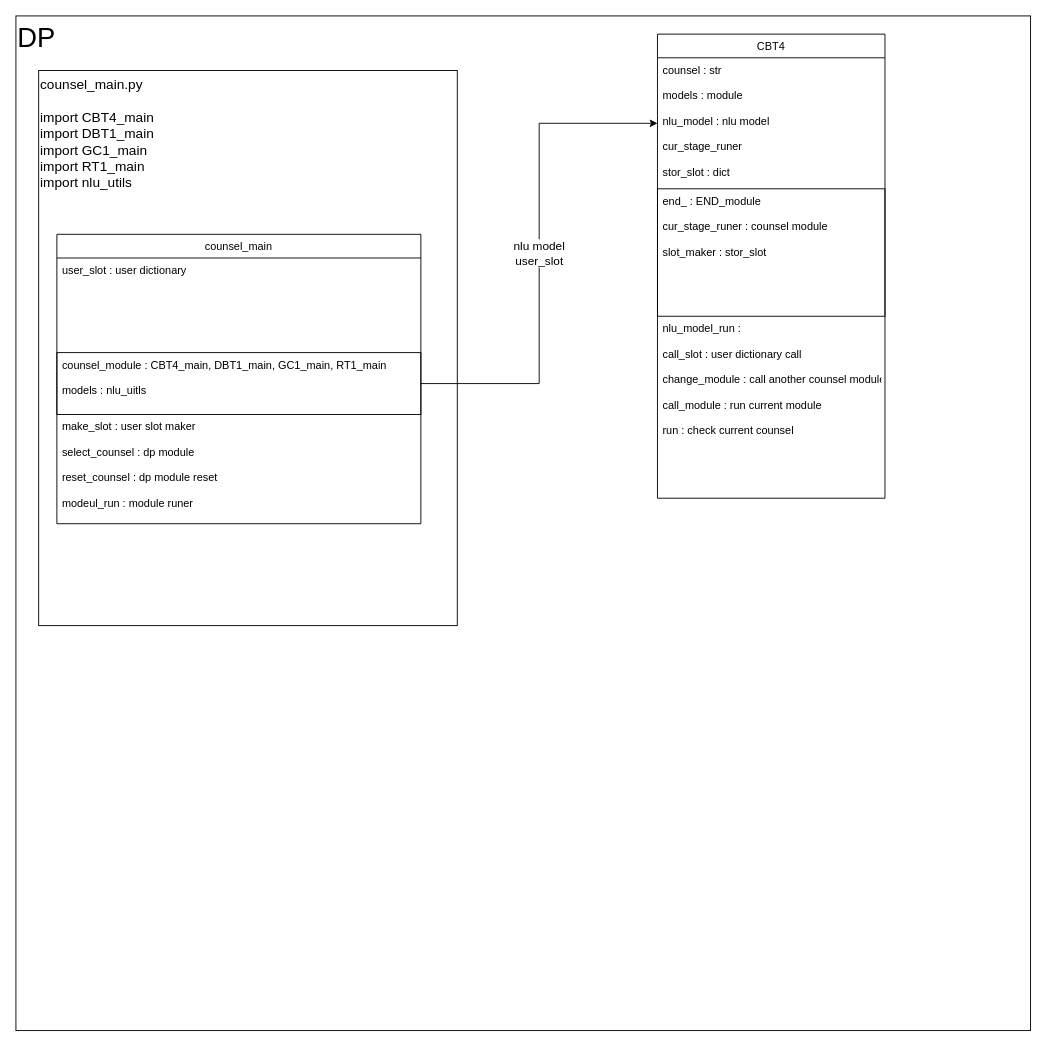
Earlier version of the draw.io diagram Untitled Diagram.drawio (qkwmvh321/transformer). Source tidied: cells renumbered, new cells numbered last; positions are measured from the earlier drawing's top-left corner, leaving out a move shared by most shapes. Both pictures are drawn from the tidied source at 91%, with x=0, y=0 at pixel (15, 15).
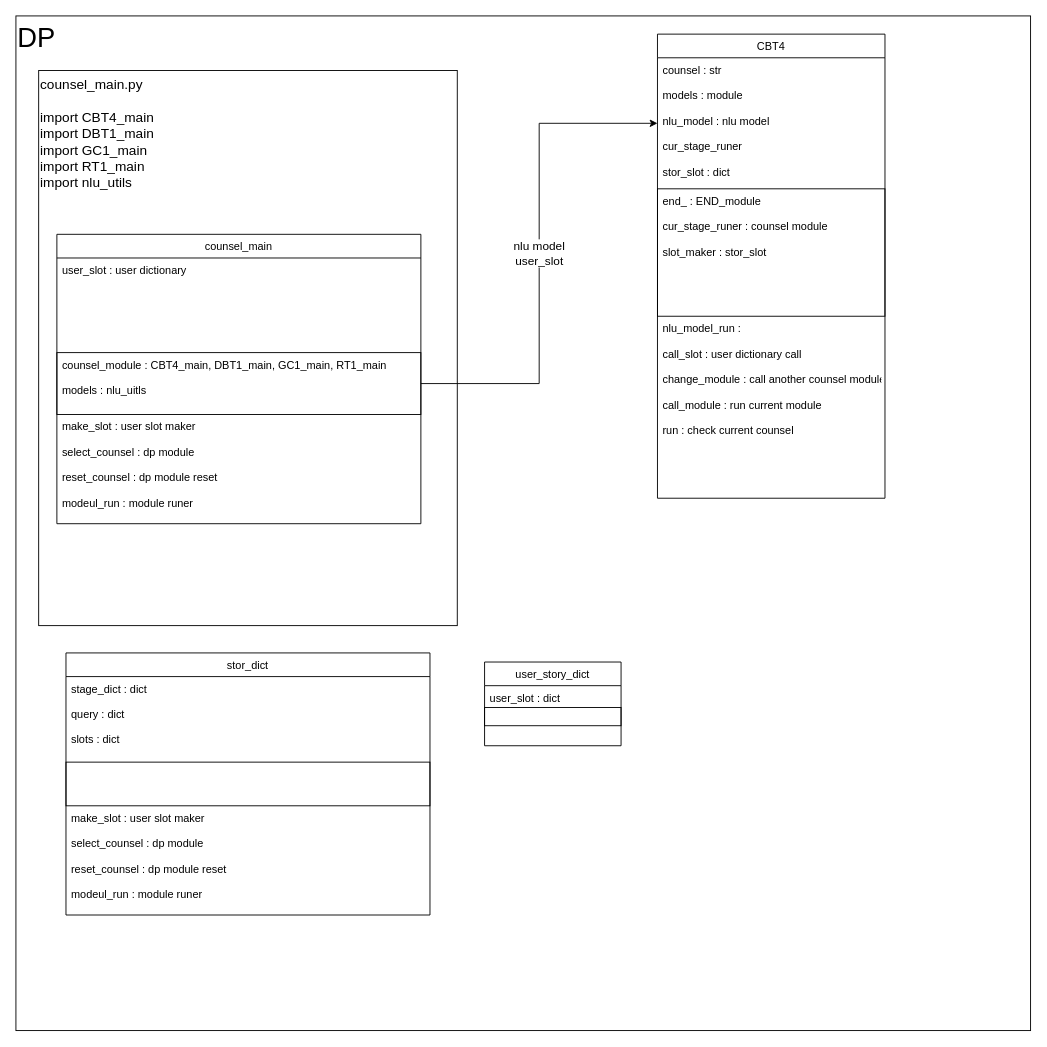
The same diagram, later.

What changed in the source:
```diff
@@
+    <mxCell id="13" value="stor_dict" style="swimlane;fontStyle=0;horizontal=1;startSize=26;fillColor=none;shadow=0;sketch=0;strokeColor=default;strokeWidth=1;" parent="1" vertex="1">
+      <mxGeometry x="55" y="700" width="400" height="288" as="geometry" />
+    </mxCell>
+    <mxCell id="14" value="stage_dict : dict&#10;&#10;query : dict&#10;&#10;slots : dict&#10;&#10;" style="text;strokeColor=none;fillColor=none;align=left;verticalAlign=top;spacingLeft=4;spacingRight=4;overflow=hidden;shadow=0;sketch=0;" parent="13" vertex="1">
+      <mxGeometry y="26" width="400" height="94" as="geometry" />
+    </mxCell>
+    <mxCell id="15" value="&#10;" style="text;strokeColor=default;fillColor=none;align=left;verticalAlign=top;spacingLeft=4;spacingRight=4;overflow=hidden;shadow=0;sketch=0;" parent="13" vertex="1">
+      <mxGeometry y="120" width="400" height="48" as="geometry" />
+    </mxCell>
+    <mxCell id="16" value="make_slot : user slot maker&#10;&#10;select_counsel : dp module &#10;&#10;reset_counsel : dp module reset&#10;&#10;modeul_run : module runer " style="text;strokeColor=none;fillColor=none;align=left;verticalAlign=top;spacingLeft=4;spacingRight=4;overflow=hidden;shadow=0;sketch=0;" parent="13" vertex="1">
+      <mxGeometry y="168" width="400" height="120" as="geometry" />
+    </mxCell>
+    <mxCell id="17" value="user_story_dict" style="swimlane;fontStyle=0;horizontal=1;startSize=26;fillColor=none;shadow=0;sketch=0;strokeColor=default;strokeWidth=1;" parent="1" vertex="1">
+      <mxGeometry x="515" y="710" width="150" height="92" as="geometry" />
+    </mxCell>
+    <mxCell id="18" value="user_slot : dict" style="text;strokeColor=none;fillColor=none;align=left;verticalAlign=top;spacingLeft=4;spacingRight=4;overflow=hidden;shadow=0;sketch=0;" parent="17" vertex="1">
+      <mxGeometry y="26" width="150" height="24" as="geometry" />
+    </mxCell>
+    <mxCell id="19" style="text;strokeColor=default;fillColor=none;align=left;verticalAlign=top;spacingLeft=4;spacingRight=4;overflow=hidden;shadow=0;sketch=0;" parent="17" vertex="1">
+      <mxGeometry y="50" width="150" height="20" as="geometry" />
+    </mxCell>
+    <mxCell id="20" value=" " style="text;strokeColor=none;fillColor=none;align=left;verticalAlign=top;spacingLeft=4;spacingRight=4;overflow=hidden;shadow=0;sketch=0;" parent="17" vertex="1">
+      <mxGeometry y="70" width="150" height="22" as="geometry" />
+    </mxCell>
```
